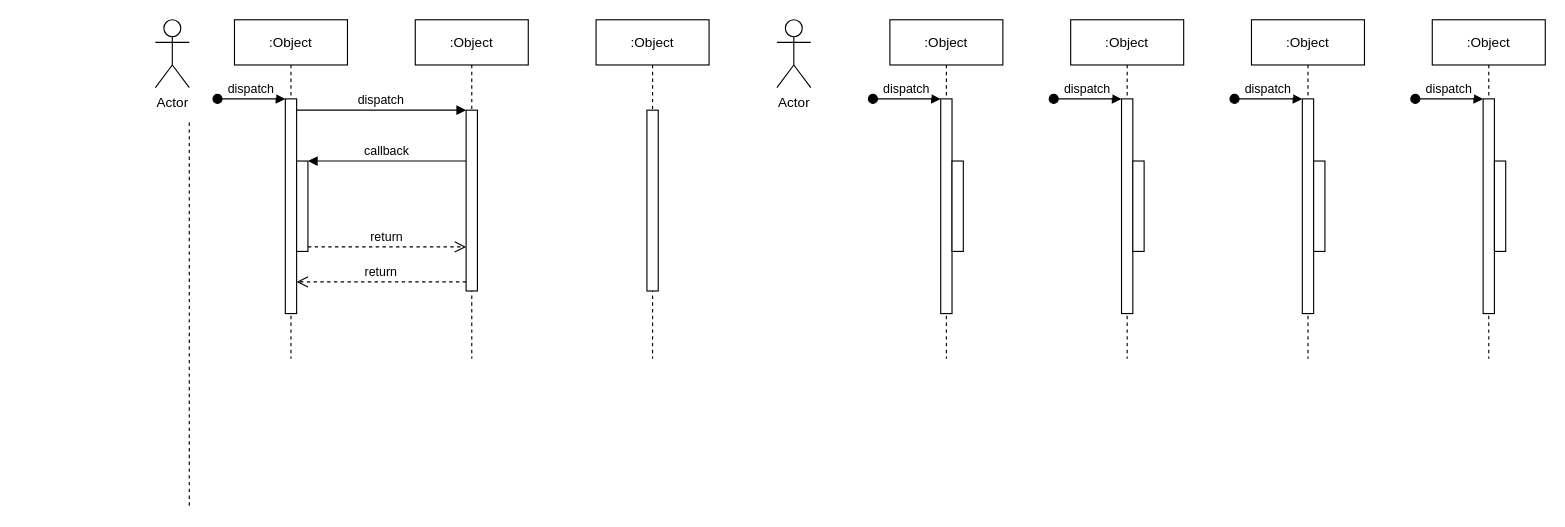
Before: Untitled Diagram.drawio in Yulia1204/git, a draw.io diagram. Source tidied: cells renumbered, new cells numbered last; positions are measured from the earlier drawing's top-left corner, leaving out a move shared by most shapes. Both pictures are drawn from the tidied source at 113%, with x=0, y=0 at pixel (155, 19).
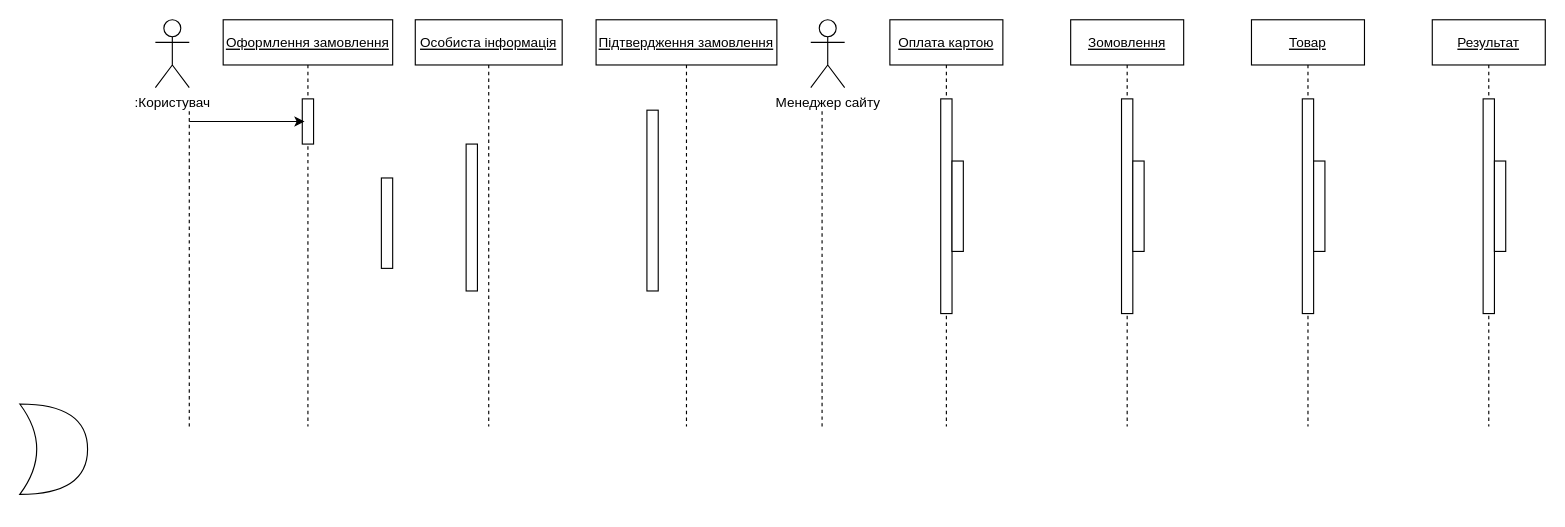
Above is the later version.

Unchanged cells that the change refers to:
```xml
<mxCell id="17" style="points=[];perimeter=orthogonalPerimeter;rounded=0;shadow=0;strokeWidth=1;" parent="16" vertex="1">
  <mxGeometry x="45" y="70" width="10" height="190" as="geometry" />
</mxCell>
<mxCell id="22" style="points=[];perimeter=orthogonalPerimeter;rounded=0;shadow=0;strokeWidth=1;" parent="21" vertex="1">
  <mxGeometry x="45" y="70" width="10" height="190" as="geometry" />
</mxCell>
<mxCell id="26" style="points=[];perimeter=orthogonalPerimeter;rounded=0;shadow=0;strokeWidth=1;" parent="25" vertex="1">
  <mxGeometry x="45" y="70" width="10" height="190" as="geometry" />
</mxCell>
<mxCell id="30" style="points=[];perimeter=orthogonalPerimeter;rounded=0;shadow=0;strokeWidth=1;" parent="29" vertex="1">
  <mxGeometry x="45" y="70" width="10" height="190" as="geometry" />
</mxCell>
```

Diff of the diagram source:
```diff
@@
-    <mxCell id="2" value=":Object" style="shape=umlLifeline;perimeter=lifelinePerimeter;rounded=0;shadow=0;strokeWidth=1;" parent="1" vertex="1">
-      <mxGeometry x="70" width="100" height="300" as="geometry" />
+    <mxCell id="2" value="Оформлення замовлення" style="shape=umlLifeline;perimeter=lifelinePerimeter;rounded=0;shadow=0;strokeWidth=1;size=40;align=center;labelBorderColor=none;labelBackgroundColor=none;horizontal=1;fontSize=12;fontStyle=4;" parent="1" vertex="1">
+      <mxGeometry x="60" width="150" height="360" as="geometry" />
     </mxCell>
     <mxCell id="3" style="points=[];perimeter=orthogonalPerimeter;rounded=0;shadow=0;strokeWidth=1;" parent="2" vertex="1">
-      <mxGeometry x="45" y="70" width="10" height="190" as="geometry" />
+      <mxGeometry x="70" y="70" width="10" height="40" as="geometry" />
     </mxCell>
-    <mxCell id="4" value="dispatch" style="verticalAlign=bottom;startArrow=oval;endArrow=block;startSize=8;shadow=0;strokeWidth=1;" parent="2" edge="1" target="3">
-      <mxGeometry relative="1" as="geometry">
-        <mxPoint x="-15" y="70" as="sourcePoint" />
-      </mxGeometry>
-    </mxCell>
-    <mxCell id="5" style="points=[];perimeter=orthogonalPerimeter;rounded=0;shadow=0;strokeWidth=1;" parent="2" vertex="1">
-      <mxGeometry x="55" y="125" width="10" height="80" as="geometry" />
-    </mxCell>
-    <mxCell id="6" value=":Object" style="shape=umlLifeline;perimeter=lifelinePerimeter;rounded=0;shadow=0;strokeWidth=1;" parent="1" vertex="1">
-      <mxGeometry x="230" width="100" height="300" as="geometry" />
+    <mxCell id="6" value="Особиста інформація" style="shape=umlLifeline;perimeter=lifelinePerimeter;rounded=0;shadow=0;strokeWidth=1;fontStyle=4;" parent="1" vertex="1">
+      <mxGeometry x="230" width="130" height="360" as="geometry" />
     </mxCell>
     <mxCell id="7" style="points=[];perimeter=orthogonalPerimeter;rounded=0;shadow=0;strokeWidth=1;" parent="6" vertex="1">
-      <mxGeometry x="45" y="80" width="10" height="160" as="geometry" />
+      <mxGeometry x="45" y="110" width="10" height="130" as="geometry" />
     </mxCell>
-    <mxCell id="8" value="return" style="verticalAlign=bottom;endArrow=open;dashed=1;endSize=8;exitX=0;exitY=0.95;shadow=0;strokeWidth=1;" parent="1" edge="1" source="7" target="3">
-      <mxGeometry relative="1" as="geometry" />
-    </mxCell>
-    <mxCell id="9" value="dispatch" style="verticalAlign=bottom;endArrow=block;entryX=0;entryY=0;shadow=0;strokeWidth=1;" parent="1" edge="1" source="3" target="7">
-      <mxGeometry relative="1" as="geometry" />
-    </mxCell>
-    <mxCell id="10" value="callback" style="verticalAlign=bottom;endArrow=block;entryX=1;entryY=0;shadow=0;strokeWidth=1;" parent="1" edge="1" source="7" target="5">
-      <mxGeometry relative="1" as="geometry" />
-    </mxCell>
-    <mxCell id="11" value="return" style="verticalAlign=bottom;endArrow=open;dashed=1;endSize=8;exitX=1;exitY=0.95;shadow=0;strokeWidth=1;" parent="1" edge="1" source="5" target="7">
-      <mxGeometry relative="1" as="geometry" />
-    </mxCell>
-    <mxCell id="12" value="Actor" style="shape=umlActor;verticalLabelPosition=bottom;verticalAlign=top;html=1;" parent="1" vertex="1">
+    <mxCell id="12" value=":Користувач&lt;br&gt;" style="shape=umlActor;verticalLabelPosition=bottom;verticalAlign=top;html=1;" parent="1" vertex="1">
       <mxGeometry width="30" height="60" as="geometry" />
     </mxCell>
     <mxCell id="13" style="endArrow=none;dashed=1;html=1;" parent="1" edge="1">
       <mxGeometry relative="1" as="geometry">
-        <mxPoint x="30" y="430" as="sourcePoint" />
-        <mxPoint x="30" y="90" as="targetPoint" />
+        <mxPoint x="30" y="360" as="sourcePoint" />
+        <mxPoint x="30" y="80" as="targetPoint" />
       </mxGeometry>
     </mxCell>
-    <mxCell id="14" value=":Object" style="shape=umlLifeline;perimeter=lifelinePerimeter;rounded=0;shadow=0;strokeWidth=1;" parent="1" vertex="1">
-      <mxGeometry x="390" width="100" height="300" as="geometry" />
+    <mxCell id="14" value="Підтвердження замовлення" style="shape=umlLifeline;perimeter=lifelinePerimeter;rounded=0;shadow=0;strokeWidth=1;fontStyle=4;" parent="1" vertex="1">
+      <mxGeometry x="390" width="160" height="360" as="geometry" />
     </mxCell>
@@
-    <mxCell id="16" value=":Object" style="shape=umlLifeline;perimeter=lifelinePerimeter;rounded=0;shadow=0;strokeWidth=1;" parent="1" vertex="1">
-      <mxGeometry x="650" width="100" height="300" as="geometry" />
+    <mxCell id="16" value="Оплата картою" style="shape=umlLifeline;perimeter=lifelinePerimeter;rounded=0;shadow=0;strokeWidth=1;fontStyle=4;" parent="1" vertex="1">
+      <mxGeometry x="650" width="100" height="360" as="geometry" />
     </mxCell>
@@
-    <mxCell id="18" value="dispatch" style="verticalAlign=bottom;startArrow=oval;endArrow=block;startSize=8;shadow=0;strokeWidth=1;" parent="16" edge="1" target="17">
-      <mxGeometry relative="1" as="geometry">
-        <mxPoint x="-15" y="70" as="sourcePoint" />
-      </mxGeometry>
-    </mxCell>
@@
-    <mxCell id="20" value="Actor" style="shape=umlActor;verticalLabelPosition=bottom;verticalAlign=top;html=1;" parent="1" vertex="1">
-      <mxGeometry x="550" width="30" height="60" as="geometry" />
+    <mxCell id="20" value="Менеджер сайту" style="shape=umlActor;verticalLabelPosition=bottom;verticalAlign=top;html=1;" parent="1" vertex="1">
+      <mxGeometry x="580" width="30" height="60" as="geometry" />
     </mxCell>
-    <mxCell id="21" value=":Object" style="shape=umlLifeline;perimeter=lifelinePerimeter;rounded=0;shadow=0;strokeWidth=1;" parent="1" vertex="1">
-      <mxGeometry x="810" width="100" height="300" as="geometry" />
+    <mxCell id="21" value="Зомовлення" style="shape=umlLifeline;perimeter=lifelinePerimeter;rounded=0;shadow=0;strokeWidth=1;fontStyle=4;" parent="1" vertex="1">
+      <mxGeometry x="810" width="100" height="360" as="geometry" />
     </mxCell>
@@
-    <mxCell id="23" value="dispatch" style="verticalAlign=bottom;startArrow=oval;endArrow=block;startSize=8;shadow=0;strokeWidth=1;" parent="21" edge="1" target="22">
-      <mxGeometry relative="1" as="geometry">
-        <mxPoint x="-15" y="70" as="sourcePoint" />
-      </mxGeometry>
-    </mxCell>
@@
-    <mxCell id="25" value=":Object" style="shape=umlLifeline;perimeter=lifelinePerimeter;rounded=0;shadow=0;strokeWidth=1;" parent="1" vertex="1">
-      <mxGeometry x="970" width="100" height="300" as="geometry" />
+    <mxCell id="25" value="Товар" style="shape=umlLifeline;perimeter=lifelinePerimeter;rounded=0;shadow=0;strokeWidth=1;fontStyle=4;" parent="1" vertex="1">
+      <mxGeometry x="970" width="100" height="360" as="geometry" />
     </mxCell>
@@
-    <mxCell id="27" value="dispatch" style="verticalAlign=bottom;startArrow=oval;endArrow=block;startSize=8;shadow=0;strokeWidth=1;" parent="25" edge="1" target="26">
-      <mxGeometry relative="1" as="geometry">
-        <mxPoint x="-15" y="70" as="sourcePoint" />
-      </mxGeometry>
-    </mxCell>
@@
-    <mxCell id="29" value=":Object" style="shape=umlLifeline;perimeter=lifelinePerimeter;rounded=0;shadow=0;strokeWidth=1;" parent="1" vertex="1">
-      <mxGeometry x="1130" width="100" height="300" as="geometry" />
+    <mxCell id="29" value="Результат" style="shape=umlLifeline;perimeter=lifelinePerimeter;rounded=0;shadow=0;strokeWidth=1;fontStyle=4;" parent="1" vertex="1">
+      <mxGeometry x="1130" width="100" height="360" as="geometry" />
     </mxCell>
@@
-    <mxCell id="31" value="dispatch" style="verticalAlign=bottom;startArrow=oval;endArrow=block;startSize=8;shadow=0;strokeWidth=1;" parent="29" edge="1" target="30">
-      <mxGeometry relative="1" as="geometry">
-        <mxPoint x="-15" y="70" as="sourcePoint" />
-      </mxGeometry>
-    </mxCell>
@@
+    <mxCell id="33" style="shape=xor;whiteSpace=wrap;html=1;" parent="1" vertex="1">
+      <mxGeometry x="-120" y="340" width="60" height="80" as="geometry" />
+    </mxCell>
+    <mxCell id="34" style="endArrow=classic;html=1;entryX=0.2;entryY=0.5;entryDx=0;entryDy=0;entryPerimeter=0;" parent="1" edge="1" target="3">
+      <mxGeometry relative="1" as="geometry">
+        <mxPoint x="30" y="90" as="sourcePoint" />
+      </mxGeometry>
+    </mxCell>
+    <mxCell id="5" style="points=[];perimeter=orthogonalPerimeter;rounded=0;shadow=0;strokeWidth=1;" parent="1" vertex="1">
+      <mxGeometry x="200" y="140" width="10" height="80" as="geometry" />
+    </mxCell>
+    <mxCell id="35" style="endArrow=none;dashed=1;html=1;fontSize=12;" parent="1" edge="1">
+      <mxGeometry relative="1" as="geometry">
+        <mxPoint x="590" y="360" as="sourcePoint" />
+        <mxPoint x="590" y="80" as="targetPoint" />
+      </mxGeometry>
+    </mxCell>
```
